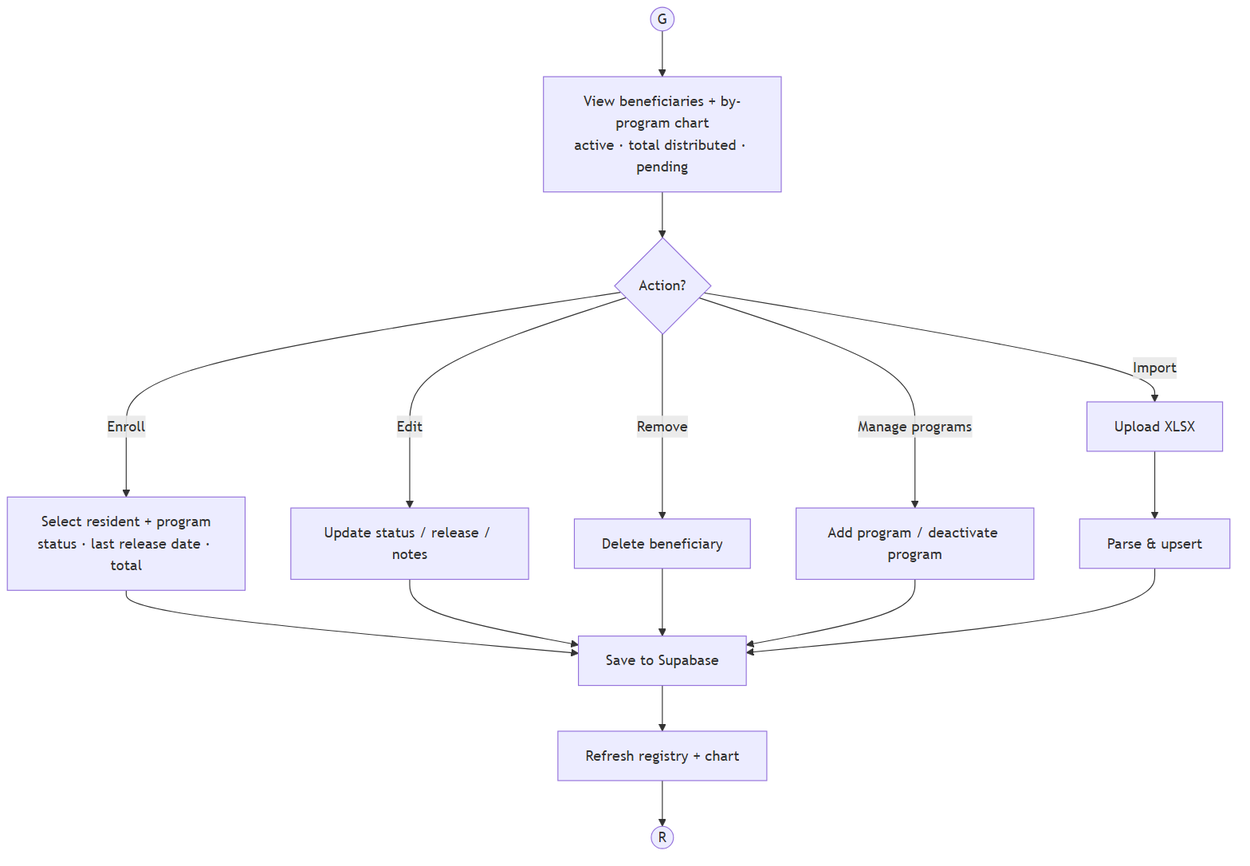
KellyEspera/protect keeps this Mermaid diagram as diagrams/modules/beneficiary_tracking.png. Above is the earlier version. Its source is kept beside it as diagrams/modules/beneficiary_tracking.mmd.
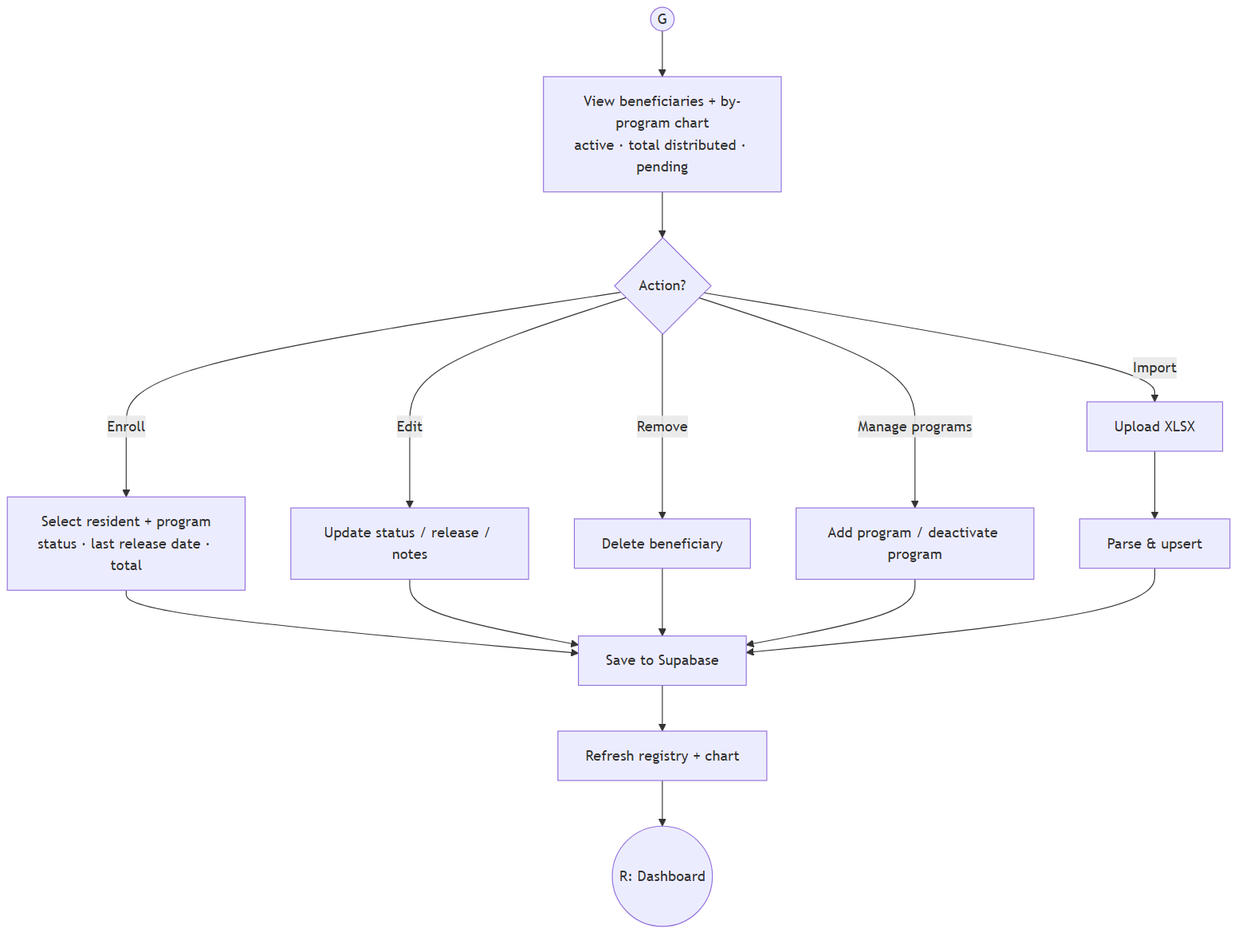
The same diagram one commit later.

The edit, as a diff of the source:
```diff
@@ -14,4 +14,4 @@
     Prog --> Save
     ParseB --> Save
     Save --> Refresh[Refresh registry + chart]
-    Refresh --> R((R))
+    Refresh --> R((R: Dashboard))
```
